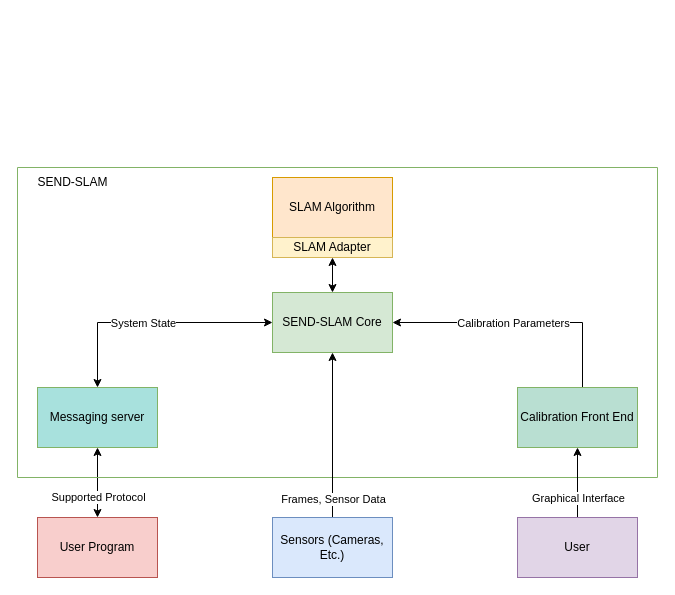
The draw.io diagram System Diagram.drawio in SoloFausto/SEND-SLAM, before the edit. Source tidied: cells renumbered, new cells numbered last; positions are measured from the earlier drawing's top-left corner, leaving out a move shared by most shapes. Both pictures are drawn from the tidied source at 100%, with x=0, y=0 at pixel (17, 167).
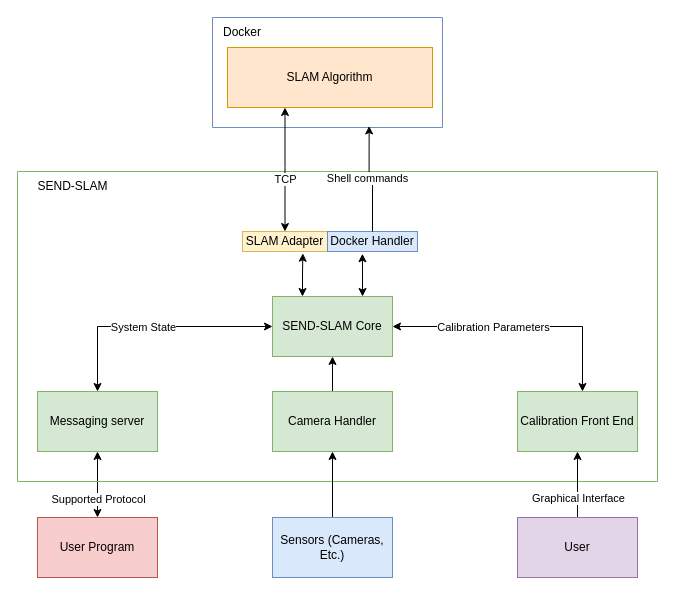
Above is the later version.

The change refers to these unchanged cells:
```xml
<mxCell id="11" value="SEND-SLAM Core" style="rounded=0;whiteSpace=wrap;html=1;fillColor=#d5e8d4;strokeColor=#82b366;" parent="5" vertex="1">
  <mxGeometry x="255" y="125" width="120" height="60" as="geometry" />
</mxCell>
<mxCell id="19" value="Sensors (Cameras, Etc.)" style="rounded=0;whiteSpace=wrap;html=1;fillColor=#dae8fc;strokeColor=#6c8ebf;" parent="1" vertex="1">
  <mxGeometry x="255" y="350" width="120" height="60" as="geometry" />
</mxCell>
```

Diff of the diagram source:
```diff
@@
     <mxCell id="5" style="swimlane;startSize=0;fillColor=#d5e8d4;strokeColor=#82b366;" parent="1" vertex="1">
-      <mxGeometry width="640" height="310" as="geometry" />
+      <mxGeometry y="4" width="640" height="310" as="geometry" />
     </mxCell>
-    <mxCell id="6" value="Messaging server" style="rounded=0;whiteSpace=wrap;html=1;fillColor=#A8E1DD;strokeColor=#82b366;" parent="5" vertex="1">
+    <mxCell id="6" value="Messaging server" style="rounded=0;whiteSpace=wrap;html=1;fillColor=#d5e8d4;strokeColor=#82b366;" parent="5" vertex="1">
       <mxGeometry x="20" y="220" width="120" height="60" as="geometry" />
     </mxCell>
@@
-    <mxCell id="10" style="edgeStyle=orthogonalEdgeStyle;rounded=0;jettySize=auto;html=1;entryX=0.5;entryY=1;entryDx=0;entryDy=0;startArrow=classic;startFill=1;" parent="5" edge="1" source="11" target="16">
-      <mxGeometry relative="1" as="geometry" />
-    </mxCell>
@@
-    <mxCell id="12" style="edgeStyle=orthogonalEdgeStyle;rounded=0;jettySize=auto;html=1;entryX=1;entryY=0.5;entryDx=0;entryDy=0;exitX=0.5;exitY=0;exitDx=0;exitDy=0;" parent="5" edge="1" target="11">
+    <mxCell id="12" style="edgeStyle=orthogonalEdgeStyle;rounded=0;jettySize=auto;html=1;entryX=1;entryY=0.5;entryDx=0;entryDy=0;startArrow=classic;startFill=1;" parent="5" edge="1" source="14" target="11">
       <mxGeometry relative="1" as="geometry">
-        <mxPoint x="610" y="220" as="sourcePoint" />
         <Array as="points">
-          <mxPoint x="565" y="220" />
           <mxPoint x="565" y="155" />
         </Array>
       </mxGeometry>
     </mxCell>
@@
-    <mxCell id="14" value="Calibration Front End" style="rounded=0;whiteSpace=wrap;html=1;fillColor=#B9DFD2;strokeColor=#82b366;" parent="5" vertex="1">
+    <mxCell id="14" value="Calibration Front End" style="rounded=0;whiteSpace=wrap;html=1;fillColor=#d5e8d4;strokeColor=#82b366;" parent="5" vertex="1">
       <mxGeometry x="500" y="220" width="120" height="60" as="geometry" />
     </mxCell>
-    <mxCell id="15" value="SLAM Algorithm" style="rounded=0;whiteSpace=wrap;html=1;fillColor=#ffe6cc;strokeColor=#d79b00;" parent="5" vertex="1">
-      <mxGeometry x="255" y="10" width="120" height="60" as="geometry" />
-    </mxCell>
     <mxCell id="16" value="SLAM Adapter" style="rounded=0;whiteSpace=wrap;html=1;fillColor=#fff2cc;strokeColor=#d6b656;" parent="5" vertex="1">
-      <mxGeometry x="255" y="70" width="120" height="20" as="geometry" />
+      <mxGeometry x="225" y="60" width="85" height="20" as="geometry" />
     </mxCell>
-    <mxCell id="17" style="edgeStyle=orthogonalEdgeStyle;rounded=0;jettySize=auto;html=1;entryX=0.5;entryY=1;entryDx=0;entryDy=0;" parent="1" edge="1" source="19" target="11">
-      <mxGeometry relative="1" as="geometry" />
-    </mxCell>
-    <mxCell id="18" value="Frames, Sensor Data" style="edgeLabel;html=1;align=center;verticalAlign=middle;" parent="17" vertex="1">
-      <mxGeometry x="-0.38" y="-3" relative="1" as="geometry">
-        <mxPoint x="-3" y="32" as="offset" />
-      </mxGeometry>
-    </mxCell>
+    <mxCell id="23" value="Docker Handler" style="rounded=0;whiteSpace=wrap;html=1;fillColor=#dae8fc;strokeColor=#6c8ebf;" parent="5" vertex="1">
+      <mxGeometry x="310" y="60" width="90" height="20" as="geometry" />
+    </mxCell>
+    <mxCell id="10" style="edgeStyle=orthogonalEdgeStyle;rounded=0;jettySize=auto;html=1;exitX=0.25;exitY=0;exitDx=0;exitDy=0;entryX=0.71;entryY=1.088;entryDx=0;entryDy=0;entryPerimeter=0;startArrow=classic;startFill=1;" parent="5" edge="1" source="11" target="16">
+      <mxGeometry relative="1" as="geometry" />
+    </mxCell>
+    <mxCell id="24" style="edgeStyle=orthogonalEdgeStyle;rounded=0;jettySize=auto;html=1;exitX=0.75;exitY=0;exitDx=0;exitDy=0;entryX=0.388;entryY=1.112;entryDx=0;entryDy=0;entryPerimeter=0;startArrow=classic;startFill=1;" parent="5" edge="1" source="11" target="23">
+      <mxGeometry relative="1" as="geometry" />
+    </mxCell>
+    <mxCell id="25" style="edgeStyle=orthogonalEdgeStyle;rounded=0;jettySize=auto;html=1;" parent="5" edge="1" source="26" target="11">
+      <mxGeometry relative="1" as="geometry" />
+    </mxCell>
+    <mxCell id="26" value="Camera Handler" style="rounded=0;whiteSpace=wrap;html=1;fillColor=#d5e8d4;strokeColor=#82b366;" parent="5" vertex="1">
+      <mxGeometry x="255" y="220" width="120" height="60" as="geometry" />
+    </mxCell>
+    <mxCell id="27" style="edgeStyle=orthogonalEdgeStyle;rounded=0;jettySize=auto;html=1;entryX=0.5;entryY=1;entryDx=0;entryDy=0;" parent="1" edge="1" source="19" target="26">
+      <mxGeometry relative="1" as="geometry" />
+    </mxCell>
@@
+    <mxCell id="28" style="swimlane;startSize=0;fillColor=#dae8fc;strokeColor=#6c8ebf;" parent="1" vertex="1">
+      <mxGeometry x="195" y="-150" width="230" height="110" as="geometry" />
+    </mxCell>
+    <mxCell id="29" value="Docker" style="text;html=1;whiteSpace=wrap;strokeColor=none;fillColor=none;align=center;verticalAlign=middle;rounded=0;" parent="28" vertex="1">
+      <mxGeometry width="60" height="30" as="geometry" />
+    </mxCell>
+    <mxCell id="15" value="SLAM Algorithm" style="rounded=0;whiteSpace=wrap;html=1;fillColor=#ffe6cc;strokeColor=#d79b00;" parent="28" vertex="1">
+      <mxGeometry x="15" y="30" width="205" height="60" as="geometry" />
+    </mxCell>
+    <mxCell id="30" style="edgeStyle=orthogonalEdgeStyle;rounded=0;jettySize=auto;html=1;entryX=0.681;entryY=0.986;entryDx=0;entryDy=0;entryPerimeter=0;" parent="1" edge="1" source="23" target="28">
+      <mxGeometry relative="1" as="geometry" />
+    </mxCell>
+    <mxCell id="31" value="Shell commands" style="edgeLabel;html=1;align=center;verticalAlign=middle;" parent="30" vertex="1">
+      <mxGeometry x="0.04" y="2" relative="1" as="geometry" />
+    </mxCell>
+    <mxCell id="32" style="edgeStyle=orthogonalEdgeStyle;rounded=0;jettySize=auto;html=1;exitX=0.5;exitY=0;exitDx=0;exitDy=0;startArrow=classic;startFill=1;" parent="1" edge="1" source="16" target="15">
+      <mxGeometry relative="1" as="geometry">
+        <Array as="points">
+          <mxPoint x="268" />
+          <mxPoint x="268" />
+        </Array>
+      </mxGeometry>
+    </mxCell>
+    <mxCell id="33" value="TCP" style="edgeLabel;html=1;align=center;verticalAlign=middle;" parent="32" vertex="1">
+      <mxGeometry x="-0.15" relative="1" as="geometry" />
+    </mxCell>
```
